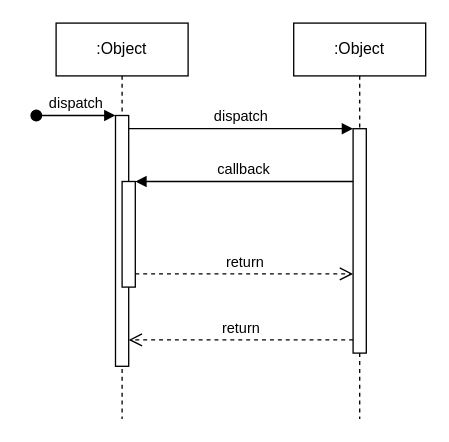
Earlier version of the draw.io diagram Exercise work_Sequence Diagram.drawio (HenryVag/draw.io). Source tidied: cells renumbered, new cells numbered last; positions are measured from the earlier drawing's top-left corner, leaving out a move shared by most shapes. Both pictures are drawn from the tidied source at 132%, with x=0, y=0 at pixel (36, 22).
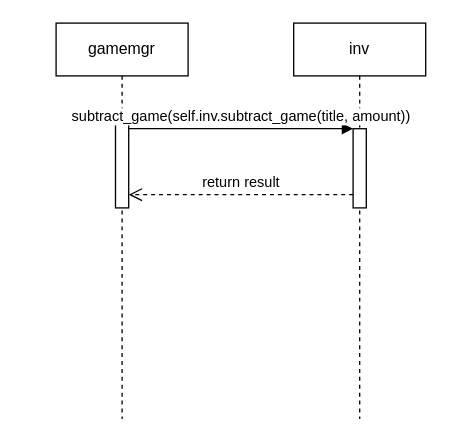
Above is the later version.

What changed in the source:
```diff
@@
 <mxGraphModel>
   <root>
     <mxCell id="0" />
     <mxCell id="1" parent="0" />
-    <mxCell id="2" value=":Object" style="shape=umlLifeline;perimeter=lifelinePerimeter;whiteSpace=wrap;html=1;newEdgeStyle={&quot;edgeStyle&quot;:&quot;elbowEdgeStyle&quot;,&quot;elbow&quot;:&quot;vertical&quot;,&quot;curved&quot;:0,&quot;rounded&quot;:0};" parent="1" vertex="1">
+    <mxCell id="2" value="gamemgr" style="shape=umlLifeline;perimeter=lifelinePerimeter;whiteSpace=wrap;html=1;newEdgeStyle={&quot;edgeStyle&quot;:&quot;elbowEdgeStyle&quot;,&quot;elbow&quot;:&quot;vertical&quot;,&quot;curved&quot;:0,&quot;rounded&quot;:0};" parent="1" vertex="1">
       <mxGeometry x="15" width="100" height="300" as="geometry" />
     </mxCell>
     <mxCell id="3" style="html=1;points=[];perimeter=orthogonalPerimeter;outlineConnect=0;targetShapes=umlLifeline;portConstraint=eastwest;newEdgeStyle={&quot;edgeStyle&quot;:&quot;elbowEdgeStyle&quot;,&quot;elbow&quot;:&quot;vertical&quot;,&quot;curved&quot;:0,&quot;rounded&quot;:0};" parent="2" vertex="1">
-      <mxGeometry x="45" y="70" width="10" height="190" as="geometry" />
+      <mxGeometry x="45" y="70" width="10" height="70" as="geometry" />
     </mxCell>
-    <mxCell id="4" value="dispatch" style="html=1;verticalAlign=bottom;startArrow=oval;endArrow=block;startSize=8;edgeStyle=elbowEdgeStyle;elbow=vertical;curved=0;rounded=0;" parent="2" edge="1" target="3">
-      <mxGeometry relative="1" as="geometry">
-        <mxPoint x="-15" y="70" as="sourcePoint" />
-      </mxGeometry>
-    </mxCell>
-    <mxCell id="5" style="html=1;points=[];perimeter=orthogonalPerimeter;outlineConnect=0;targetShapes=umlLifeline;portConstraint=eastwest;newEdgeStyle={&quot;edgeStyle&quot;:&quot;elbowEdgeStyle&quot;,&quot;elbow&quot;:&quot;vertical&quot;,&quot;curved&quot;:0,&quot;rounded&quot;:0};" parent="2" vertex="1">
-      <mxGeometry x="50" y="120" width="10" height="80" as="geometry" />
-    </mxCell>
-    <mxCell id="6" value=":Object" style="shape=umlLifeline;perimeter=lifelinePerimeter;whiteSpace=wrap;html=1;newEdgeStyle={&quot;edgeStyle&quot;:&quot;elbowEdgeStyle&quot;,&quot;elbow&quot;:&quot;vertical&quot;,&quot;curved&quot;:0,&quot;rounded&quot;:0};" parent="1" vertex="1">
+    <mxCell id="6" value="inv" style="shape=umlLifeline;perimeter=lifelinePerimeter;whiteSpace=wrap;html=1;newEdgeStyle={&quot;edgeStyle&quot;:&quot;elbowEdgeStyle&quot;,&quot;elbow&quot;:&quot;vertical&quot;,&quot;curved&quot;:0,&quot;rounded&quot;:0};" parent="1" vertex="1">
       <mxGeometry x="195" width="100" height="300" as="geometry" />
     </mxCell>
     <mxCell id="7" style="html=1;points=[];perimeter=orthogonalPerimeter;outlineConnect=0;targetShapes=umlLifeline;portConstraint=eastwest;newEdgeStyle={&quot;edgeStyle&quot;:&quot;elbowEdgeStyle&quot;,&quot;elbow&quot;:&quot;vertical&quot;,&quot;curved&quot;:0,&quot;rounded&quot;:0};" parent="6" vertex="1">
-      <mxGeometry x="45" y="80" width="10" height="170" as="geometry" />
+      <mxGeometry x="45" y="80" width="10" height="60" as="geometry" />
     </mxCell>
-    <mxCell id="8" value="dispatch" style="html=1;verticalAlign=bottom;endArrow=block;edgeStyle=elbowEdgeStyle;elbow=vertical;curved=0;rounded=0;" parent="1" edge="1" source="3" target="7">
+    <mxCell id="8" value="subtract_game(self.inv.subtract_game(title, amount))" style="html=1;verticalAlign=bottom;endArrow=block;edgeStyle=elbowEdgeStyle;elbow=vertical;curved=0;rounded=0;" parent="1" edge="1" source="3" target="7">
       <mxGeometry relative="1" as="geometry">
         <Array as="points">
           <mxPoint x="155" y="80" />
         </Array>
       </mxGeometry>
     </mxCell>
-    <mxCell id="9" value="return" style="html=1;verticalAlign=bottom;endArrow=open;dashed=1;endSize=8;edgeStyle=elbowEdgeStyle;elbow=vertical;curved=0;rounded=0;" parent="1" edge="1" source="7" target="3">
+    <mxCell id="9" value="return result" style="html=1;verticalAlign=bottom;endArrow=open;dashed=1;endSize=8;edgeStyle=elbowEdgeStyle;elbow=vertical;curved=0;rounded=0;" parent="1" edge="1">
       <mxGeometry relative="1" as="geometry">
+        <mxPoint x="240" y="130" as="sourcePoint" />
+        <mxPoint x="70" y="130" as="targetPoint" />
         <Array as="points">
-          <mxPoint x="165" y="240" />
+          <mxPoint x="165" y="130" />
         </Array>
       </mxGeometry>
     </mxCell>
-    <mxCell id="10" value="callback" style="html=1;verticalAlign=bottom;endArrow=block;edgeStyle=elbowEdgeStyle;elbow=vertical;curved=0;rounded=0;" parent="1" edge="1" source="7" target="5">
-      <mxGeometry relative="1" as="geometry">
-        <Array as="points">
-          <mxPoint x="165" y="120" />
-        </Array>
-      </mxGeometry>
-    </mxCell>
-    <mxCell id="11" value="return" style="html=1;verticalAlign=bottom;endArrow=open;dashed=1;endSize=8;edgeStyle=elbowEdgeStyle;elbow=vertical;curved=0;rounded=0;" parent="1" edge="1" source="5" target="7">
-      <mxGeometry relative="1" as="geometry">
-        <Array as="points">
-          <mxPoint x="155" y="190" />
-        </Array>
-      </mxGeometry>
-    </mxCell>
   </root>
 </mxGraphModel>
```
